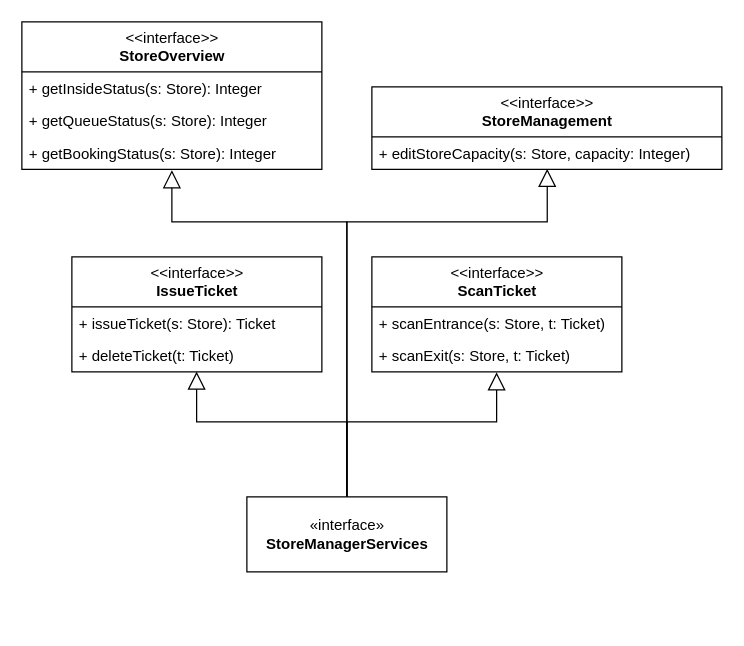
This is assets/dd/component_interface_diagrams/store_manager_component_interface_diagram.drawio from ferrohd/CLup, a draw.io file, before an edit. Source tidied: cells renumbered, new cells numbered last; positions are measured from the earlier drawing's top-left corner, leaving out a move shared by most shapes. Both pictures are drawn from the tidied source at 125%, with x=0, y=0 at pixel (21, 21).
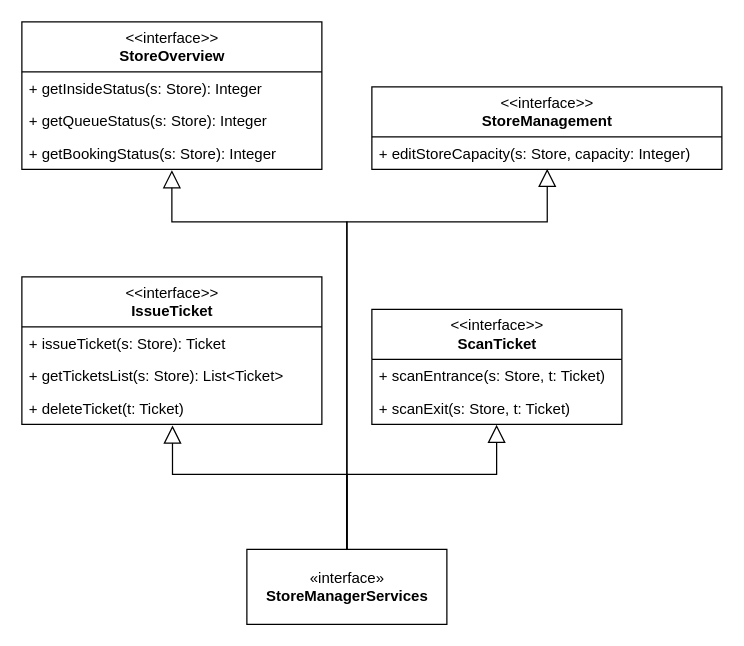
The same diagram, later.

The change refers to these unchanged cells:
```xml
<mxCell id="15" value="+ scanExit(s: Store, t: Ticket)" style="text;strokeColor=none;fillColor=none;align=left;verticalAlign=top;spacingLeft=4;spacingRight=4;overflow=hidden;points=[[0,0.5],[1,0.5]];portConstraint=eastwest;" parent="13" vertex="1">
  <mxGeometry y="66" width="200" height="26" as="geometry" />
</mxCell>
```

Change to the diagram source:
```diff
@@
-    <mxCell id="8" style="edgeStyle=orthogonalEdgeStyle;rounded=0;jumpSize=6;jettySize=auto;html=1;exitX=0.5;exitY=0;exitDx=0;exitDy=0;shadow=0;endArrow=block;endFill=0;endSize=12;entryX=0.499;entryY=0.991;entryDx=0;entryDy=0;entryPerimeter=0;" parent="1" edge="1" source="10" target="18">
+    <mxCell id="8" style="edgeStyle=orthogonalEdgeStyle;rounded=0;jumpSize=6;jettySize=auto;html=1;exitX=0.5;exitY=0;exitDx=0;exitDy=0;shadow=0;endArrow=block;endFill=0;endSize=12;entryX=0.502;entryY=1.034;entryDx=0;entryDy=0;entryPerimeter=0;" parent="1" edge="1" source="10" target="19">
       <mxGeometry relative="1" as="geometry">
         <Array as="points">
-          <mxPoint x="260" y="320" />
-          <mxPoint x="140" y="320" />
+          <mxPoint x="260" y="362" />
+          <mxPoint x="120" y="362" />
         </Array>
       </mxGeometry>
     </mxCell>
     <mxCell id="9" style="edgeStyle=orthogonalEdgeStyle;rounded=0;jumpSize=6;jettySize=auto;html=1;exitX=0.5;exitY=0;exitDx=0;exitDy=0;shadow=0;endArrow=block;endFill=0;endSize=12;entryX=0.499;entryY=1.013;entryDx=0;entryDy=0;entryPerimeter=0;" parent="1" edge="1" source="10" target="15">
       <mxGeometry relative="1" as="geometry">
         <Array as="points">
-          <mxPoint x="260" y="320" />
-          <mxPoint x="380" y="320" />
+          <mxPoint x="260" y="362" />
+          <mxPoint x="380" y="362" />
         </Array>
       </mxGeometry>
     </mxCell>
     <mxCell id="10" value="«interface»&lt;br&gt;&lt;b&gt;StoreManagerServices&lt;br&gt;&lt;/b&gt;" style="html=1;" parent="1" vertex="1">
-      <mxGeometry x="180" y="380" width="160" height="60" as="geometry" />
+      <mxGeometry x="180" y="422" width="160" height="60" as="geometry" />
     </mxCell>
@@
     <mxCell id="13" value="&amp;lt;&amp;lt;interface&amp;gt;&amp;gt;&lt;br&gt;&lt;b&gt;ScanTicket&lt;/b&gt;" style="swimlane;fontStyle=0;horizontal=1;startSize=40;fillColor=none;html=1;" parent="1" vertex="1">
-      <mxGeometry x="280" y="188" width="200" height="92" as="geometry" />
+      <mxGeometry x="280" y="230" width="200" height="92" as="geometry" />
     </mxCell>
@@
     <mxCell id="16" value="&amp;lt;&amp;lt;interface&amp;gt;&amp;gt;&lt;br&gt;&lt;b&gt;IssueTicket&lt;/b&gt;" style="swimlane;fontStyle=0;horizontal=1;startSize=40;fillColor=none;html=1;" parent="1" vertex="1">
-      <mxGeometry x="40" y="188" width="200" height="92" as="geometry" />
+      <mxGeometry y="204" width="240" height="118" as="geometry" />
     </mxCell>
     <mxCell id="17" value="+ issueTicket(s: Store): Ticket" style="text;strokeColor=none;fillColor=none;align=left;verticalAlign=top;spacingLeft=4;spacingRight=4;overflow=hidden;" parent="16" vertex="1">
-      <mxGeometry y="40" width="200" height="26" as="geometry" />
+      <mxGeometry y="40" width="240" height="26" as="geometry" />
     </mxCell>
-    <mxCell id="18" value="+ deleteTicket(t: Ticket)" style="text;strokeColor=none;fillColor=none;align=left;verticalAlign=top;spacingLeft=4;spacingRight=4;overflow=hidden;points=[[0,0.5],[1,0.5]];portConstraint=eastwest;" parent="16" vertex="1">
-      <mxGeometry y="66" width="200" height="26" as="geometry" />
+    <mxCell id="18" value="+ getTicketsList(s: Store): List&lt;Ticket&gt;" style="text;strokeColor=none;fillColor=none;align=left;verticalAlign=top;spacingLeft=4;spacingRight=4;overflow=hidden;points=[[0,0.5],[1,0.5]];portConstraint=eastwest;" parent="16" vertex="1">
+      <mxGeometry y="66" width="240" height="26" as="geometry" />
     </mxCell>
+    <mxCell id="19" value="+ deleteTicket(t: Ticket)" style="text;strokeColor=none;fillColor=none;align=left;verticalAlign=top;spacingLeft=4;spacingRight=4;overflow=hidden;points=[[0,0.5],[1,0.5]];portConstraint=eastwest;" parent="16" vertex="1">
+      <mxGeometry y="92" width="240" height="26" as="geometry" />
+    </mxCell>
```
